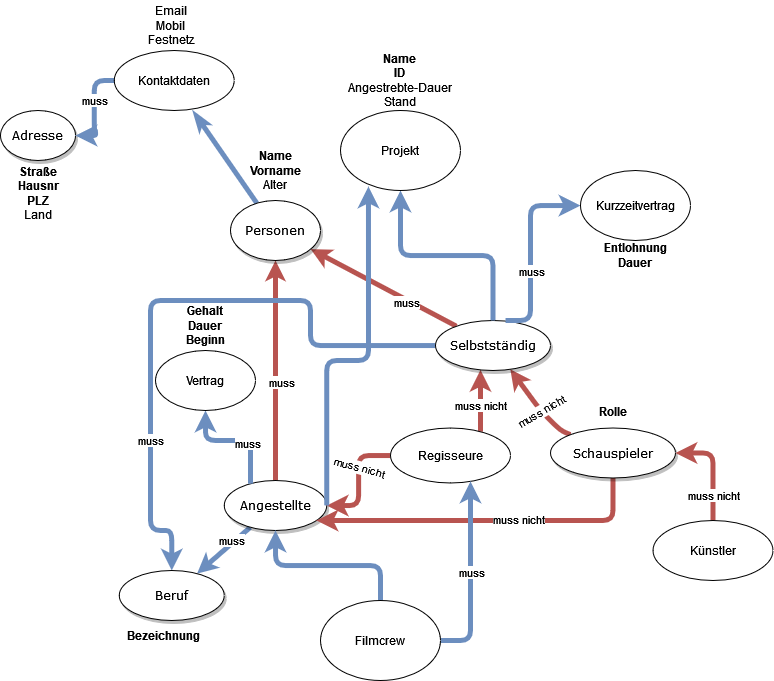
Earlier version of the draw.io export Personenverwaltung.drawio.png (Masternuss/Datenbanken2022). Source tidied: cells renumbered, new cells last; positions are measured from the earlier drawing's top-left corner, leaving out a move shared by most shapes.
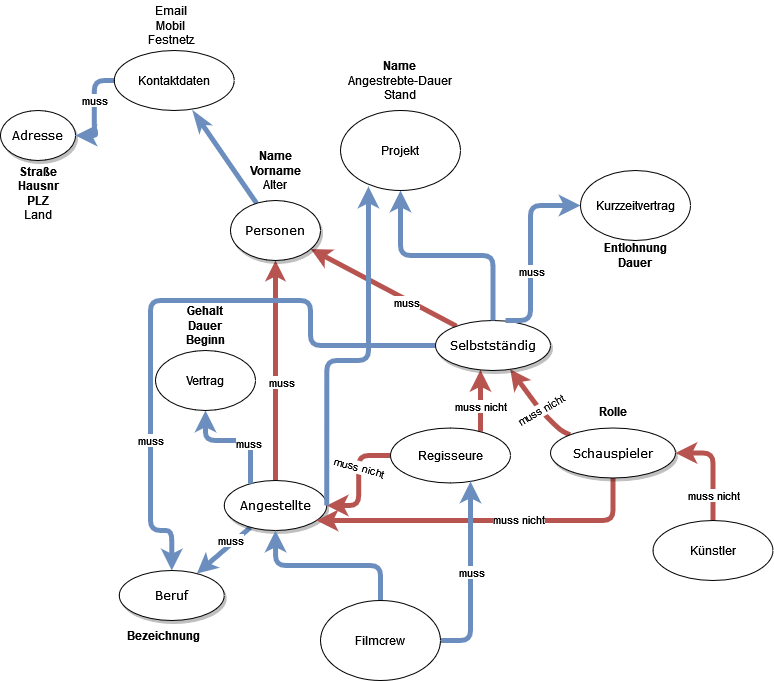
The same diagram one commit later.

Diff of the diagram source:
```diff
@@ -141,7 +141,7 @@
     <mxCell id="34" value="&lt;div&gt;&lt;b&gt;Name&lt;/b&gt;&lt;/div&gt;&lt;div&gt;&lt;b&gt;Vorname&lt;/b&gt;&lt;/div&gt;&lt;div&gt;Alter&lt;br&gt;&lt;/div&gt;" style="text;html=1;strokeColor=none;fillColor=none;align=center;verticalAlign=middle;whiteSpace=wrap;rounded=0;" parent="1" vertex="1">
       <mxGeometry x="245" y="140" width="60" height="60" as="geometry" />
     </mxCell>
-    <mxCell id="35" value="&lt;div&gt;&lt;b&gt;Name&lt;/b&gt;&lt;/div&gt;&lt;div&gt;&lt;b&gt;ID&lt;br&gt;&lt;/b&gt;&lt;/div&gt;&lt;div&gt;Angestrebte-Dauer&lt;br&gt;&lt;/div&gt;&lt;div&gt;Stand&lt;br&gt;&lt;/div&gt;" style="text;html=1;strokeColor=none;fillColor=none;align=center;verticalAlign=middle;whiteSpace=wrap;rounded=0;" parent="1" vertex="1">
+    <mxCell id="35" value="&lt;div&gt;&lt;b&gt;Name&lt;/b&gt;&lt;/div&gt;&lt;div&gt;Angestrebte-Dauer&lt;br&gt;&lt;/div&gt;&lt;div&gt;Stand&lt;br&gt;&lt;/div&gt;" style="text;html=1;strokeColor=none;fillColor=none;align=center;verticalAlign=middle;whiteSpace=wrap;rounded=0;" parent="1" vertex="1">
       <mxGeometry x="335" y="50" width="130" height="60" as="geometry" />
     </mxCell>
     <mxCell id="36" style="edgeStyle=orthogonalEdgeStyle;rounded=1;jettySize=auto;html=1;startArrow=classic;startFill=1;endArrow=none;endFill=0;strokeColor=#6c8ebf;strokeWidth=5;fillColor=#dae8fc;" parent="1" edge="1" source="38" target="10">
```
